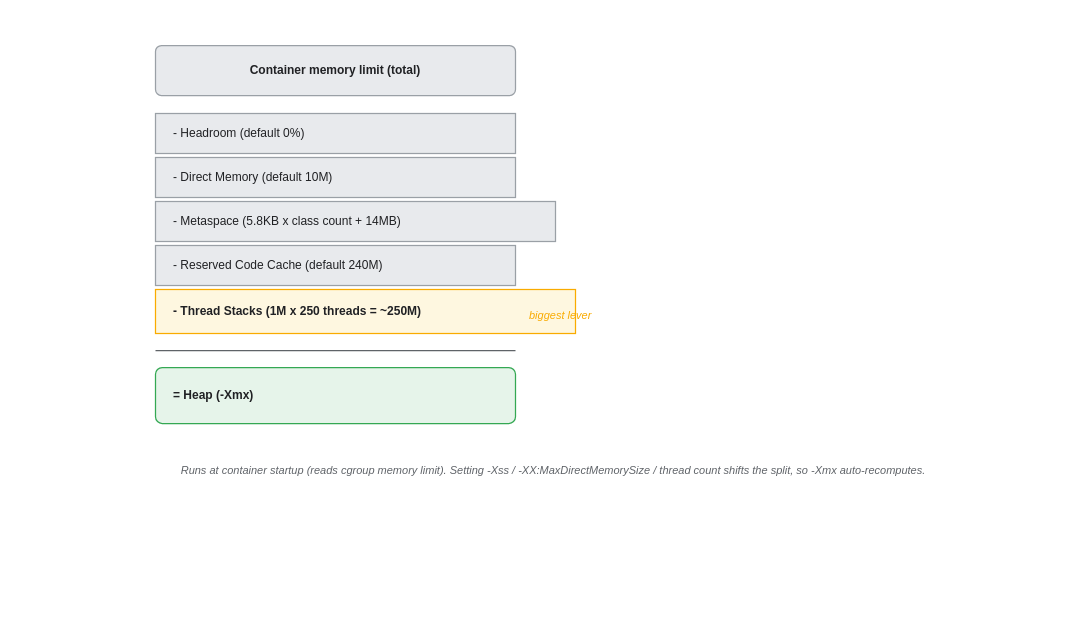
Above: assets/img/jvm/jvm-06-memory-calculator.drawio in KKamJi98/kkamji98.github.io (draw.io), before the change. Source tidied: cells renumbered, new cells numbered last; positions are measured from the earlier drawing's top-left corner, leaving out a move shared by most shapes. Both pictures are drawn from the tidied source at 100%, with x=0, y=0 at pixel (45, 45).
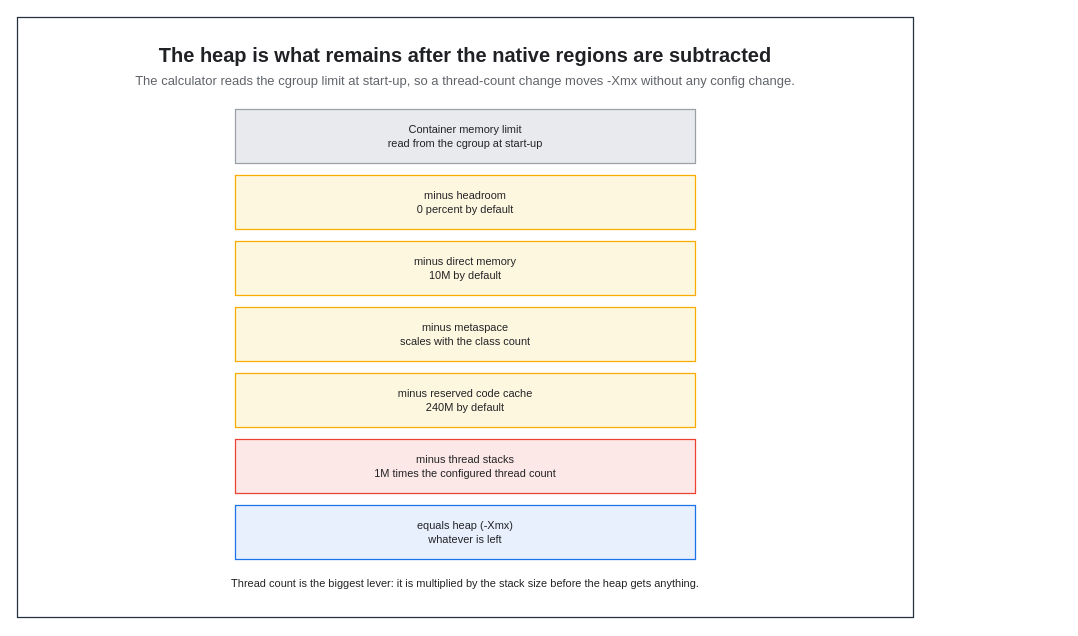
The same diagram, later.

The edit, as a diff of the source:
```diff
@@
 <mxGraphModel background="#FFFFFF">
   <root>
     <mxCell id="0" />
     <mxCell id="1" parent="0" />
+    <mxCell id="12" style="rounded=0;html=0;fillColor=none;strokeColor=#232F3E;fontColor=#202124;strokeWidth=1.25;" parent="1" vertex="1">
+      <mxGeometry x="-28" y="-28" width="896" height="600" as="geometry" />
+    </mxCell>
+    <mxCell id="13" value="The heap is what remains after the native regions are subtracted" style="text;html=0;whiteSpace=wrap;fillColor=none;strokeColor=none;fontColor=#202124;fontSize=20;fontStyle=1;align=center;verticalAlign=middle;" parent="1" vertex="1">
+      <mxGeometry x="-6" y="-6" width="852" height="30" as="geometry" />
+    </mxCell>
+    <mxCell id="14" value="The calculator reads the cgroup limit at start-up, so a thread-count change moves -Xmx without any config change." style="text;html=0;whiteSpace=wrap;fillColor=none;strokeColor=none;fontColor=#5F6368;fontSize=13;fontStyle=0;align=center;verticalAlign=middle;" parent="1" vertex="1">
+      <mxGeometry x="-6" y="24" width="852" height="22" as="geometry" />
+    </mxCell>
-    <mxCell id="2" value="Container memory limit  (total)" style="rounded=1;whiteSpace=wrap;html=0;arcSize=12;shadow=0;fillColor=#E8EAED;strokeColor=#9AA0A6;fontColor=#202124;fontStyle=1;strokeWidth=1.25;" parent="1" vertex="1">
-      <mxGeometry x="110" width="360" height="50" as="geometry" />
+    <mxCell id="2" value="Container memory limit&#10;read from the cgroup at start-up" style="rounded=0;whiteSpace=wrap;html=0;fillColor=#E8EAED;strokeColor=#9AA0A6;fontColor=#202124;fontSize=11;fontStyle=0;align=center;verticalAlign=middle;spacingLeft=6;spacingRight=6;strokeWidth=1.25;" parent="1" vertex="1">
+      <mxGeometry x="190" y="64" width="460" height="54" as="geometry" />
     </mxCell>
-    <mxCell id="3" value="-  Headroom  (default 0%)" style="rounded=0;whiteSpace=wrap;html=0;shadow=0;fillColor=#E8EAED;strokeColor=#9AA0A6;fontColor=#202124;align=left;spacingLeft=16;strokeWidth=1.25;" parent="1" vertex="1">
-      <mxGeometry x="110" y="68" width="360" height="40" as="geometry" />
+    <mxCell id="3" value="minus headroom&#10;0 percent by default" style="rounded=0;whiteSpace=wrap;html=0;fillColor=#FEF7E0;strokeColor=#F9AB00;fontColor=#202124;fontSize=11;fontStyle=0;align=center;verticalAlign=middle;spacingLeft=6;spacingRight=6;strokeWidth=1.25;" parent="1" vertex="1">
+      <mxGeometry x="190" y="130" width="460" height="54" as="geometry" />
     </mxCell>
-    <mxCell id="4" value="-  Direct Memory  (default 10M)" style="rounded=0;whiteSpace=wrap;html=0;shadow=0;fillColor=#E8EAED;strokeColor=#9AA0A6;fontColor=#202124;align=left;spacingLeft=16;strokeWidth=1.25;" parent="1" vertex="1">
-      <mxGeometry x="110" y="112" width="360" height="40" as="geometry" />
+    <mxCell id="4" value="minus direct memory&#10;10M by default" style="rounded=0;whiteSpace=wrap;html=0;fillColor=#FEF7E0;strokeColor=#F9AB00;fontColor=#202124;fontSize=11;fontStyle=0;align=center;verticalAlign=middle;spacingLeft=6;spacingRight=6;strokeWidth=1.25;" parent="1" vertex="1">
+      <mxGeometry x="190" y="196" width="460" height="54" as="geometry" />
     </mxCell>
-    <mxCell id="5" value="-  Metaspace  (5.8KB x class count + 14MB)" style="rounded=0;whiteSpace=wrap;html=0;shadow=0;fillColor=#E8EAED;strokeColor=#9AA0A6;fontColor=#202124;align=left;spacingLeft=16;strokeWidth=1.25;" parent="1" vertex="1">
-      <mxGeometry x="110" y="156" width="400" height="40" as="geometry" />
+    <mxCell id="5" value="minus metaspace&#10;scales with the class count" style="rounded=0;whiteSpace=wrap;html=0;fillColor=#FEF7E0;strokeColor=#F9AB00;fontColor=#202124;fontSize=11;fontStyle=0;align=center;verticalAlign=middle;spacingLeft=6;spacingRight=6;strokeWidth=1.25;" parent="1" vertex="1">
+      <mxGeometry x="190" y="262" width="460" height="54" as="geometry" />
     </mxCell>
-    <mxCell id="6" value="-  Reserved Code Cache  (default 240M)" style="rounded=0;whiteSpace=wrap;html=0;shadow=0;fillColor=#E8EAED;strokeColor=#9AA0A6;fontColor=#202124;align=left;spacingLeft=16;strokeWidth=1.25;" parent="1" vertex="1">
-      <mxGeometry x="110" y="200" width="360" height="40" as="geometry" />
+    <mxCell id="6" value="minus reserved code cache&#10;240M by default" style="rounded=0;whiteSpace=wrap;html=0;fillColor=#FEF7E0;strokeColor=#F9AB00;fontColor=#202124;fontSize=11;fontStyle=0;align=center;verticalAlign=middle;spacingLeft=6;spacingRight=6;strokeWidth=1.25;" parent="1" vertex="1">
+      <mxGeometry x="190" y="328" width="460" height="54" as="geometry" />
     </mxCell>
-    <mxCell id="7" value="-  Thread Stacks  (1M x 250 threads = ~250M)" style="rounded=0;whiteSpace=wrap;html=0;shadow=0;fillColor=#FEF7E0;strokeColor=#F9AB00;fontColor=#202124;fontStyle=1;align=left;spacingLeft=16;strokeWidth=1.25;" parent="1" vertex="1">
-      <mxGeometry x="110" y="244" width="420" height="44" as="geometry" />
+    <mxCell id="7" value="minus thread stacks&#10;1M times the configured thread count" style="rounded=0;whiteSpace=wrap;html=0;fillColor=#FCE8E6;strokeColor=#EA4335;fontColor=#202124;fontSize=11;fontStyle=0;align=center;verticalAlign=middle;spacingLeft=6;spacingRight=6;strokeWidth=1.25;" parent="1" vertex="1">
+      <mxGeometry x="190" y="394" width="460" height="54" as="geometry" />
     </mxCell>
-    <mxCell id="8" style="line;strokeWidth=1.25;html=0;strokeColor=#5F6368;fontColor=#202124;" parent="1" vertex="1">
-      <mxGeometry x="110" y="300" width="360" height="10" as="geometry" />
-    </mxCell>
-    <mxCell id="9" value="=  Heap  (-Xmx)" style="rounded=1;whiteSpace=wrap;html=0;arcSize=12;shadow=0;fillColor=#E6F4EA;strokeColor=#34A853;fontColor=#202124;fontStyle=1;align=left;spacingLeft=16;strokeWidth=1.25;" parent="1" vertex="1">
-      <mxGeometry x="110" y="322" width="360" height="56" as="geometry" />
+    <mxCell id="9" value="equals heap  (-Xmx)&#10;whatever is left" style="rounded=0;whiteSpace=wrap;html=0;fillColor=#E8F0FE;strokeColor=#1A73E8;fontColor=#202124;fontSize=11;fontStyle=0;align=center;verticalAlign=middle;spacingLeft=6;spacingRight=6;strokeWidth=1.25;" parent="1" vertex="1">
+      <mxGeometry x="190" y="460" width="460" height="54" as="geometry" />
     </mxCell>
-    <mxCell id="10" value="biggest lever" style="text;html=0;align=left;verticalAlign=middle;fontSize=11;fontColor=#F9AB00;fontStyle=2;" parent="1" vertex="1">
-      <mxGeometry x="482" y="254" width="120" height="30" as="geometry" />
-    </mxCell>
-    <mxCell id="11" value="Runs at container startup (reads cgroup memory limit). Setting -Xss / -XX:MaxDirectMemorySize / thread count shifts the split, so -Xmx auto-recomputes." style="text;html=0;align=center;verticalAlign=middle;whiteSpace=wrap;fontSize=11;fontColor=#5F6368;fontStyle=2;" parent="1" vertex="1">
-      <mxGeometry y="400" width="1016" height="50" as="geometry" />
+    <mxCell id="11" value="Thread count is the biggest lever: it is multiplied by the stack size before the heap gets anything." style="text;html=0;whiteSpace=wrap;fillColor=none;strokeColor=none;fontColor=#202124;fontSize=11;fontStyle=0;align=center;verticalAlign=middle;" parent="1" vertex="1">
+      <mxGeometry x="95" y="526" width="650" height="24" as="geometry" />
     </mxCell>
   </root>
 </mxGraphModel>
```
